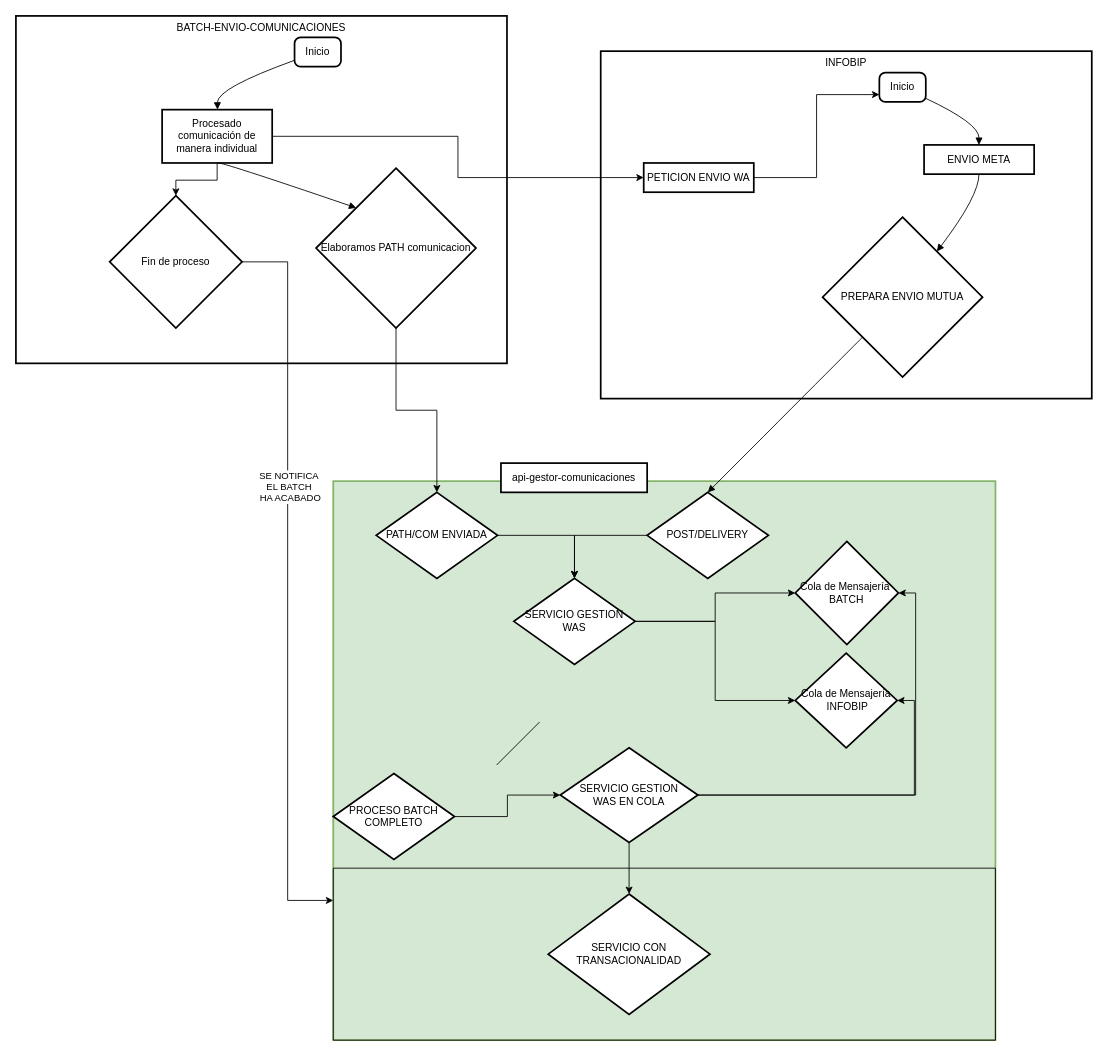
This is lockdelivery.drawio from gcorroto/docs, a draw.io file, before an edit. Source tidied: cells renumbered, new cells numbered last; positions are measured from the earlier drawing's top-left corner, leaving out a move shared by most shapes. Both pictures are drawn from the tidied source at 86%, with x=0, y=0 at pixel (15, 15).
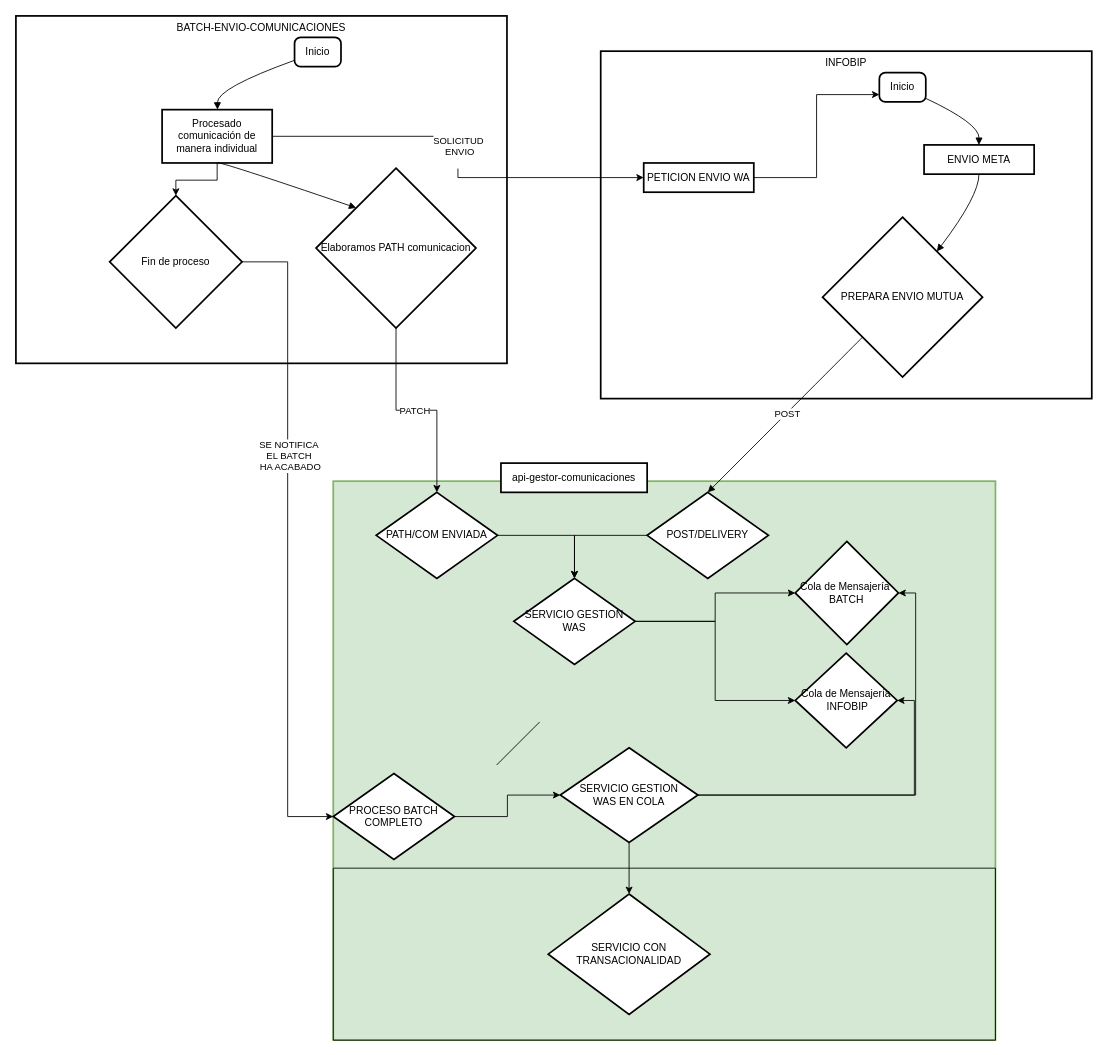
The same page after the edit.

Unchanged cells that the change refers to:
```xml
<mxCell id="2" style="whiteSpace=wrap;strokeWidth=2;verticalAlign=top;fillColor=#d5e8d4;strokeColor=#82b366;" parent="1" vertex="1">
  <mxGeometry x="369" y="541" width="770" height="650" as="geometry" />
</mxCell>
<mxCell id="14" style="curved=1;startArrow=none;endArrow=block;exitX=0;exitY=1;entryX=0.5;entryY=0;exitDx=0;exitDy=0;entryDx=0;entryDy=0;" parent="1" edge="1" source="11" target="5">
  <mxGeometry relative="1" as="geometry" />
</mxCell>
<mxCell id="18" style="edgeStyle=orthogonalEdgeStyle;rounded=0;jettySize=auto;html=1;" parent="1" edge="1" source="19" target="9">
  <mxGeometry relative="1" as="geometry" />
</mxCell>
<mxCell id="20" style="edgeStyle=orthogonalEdgeStyle;rounded=0;jettySize=auto;html=1;entryX=0.5;entryY=0;entryDx=0;entryDy=0;" parent="1" edge="1" source="21" target="32">
  <mxGeometry relative="1" as="geometry" />
</mxCell>
<mxCell id="24" value="Fin de proceso" style="rhombus;strokeWidth=2;whiteSpace=wrap;" parent="1" vertex="1">
  <mxGeometry x="109" y="209" width="154" height="154" as="geometry" />
</mxCell>
<mxCell id="35" value="PROCESO BATCH&#10;COMPLETO" style="rhombus;strokeWidth=2;whiteSpace=wrap;" parent="1" vertex="1">
  <mxGeometry x="369" y="881" width="141" height="100" as="geometry" />
</mxCell>
```

Change to the diagram source:
```diff
@@
+    <mxCell id="43" value="POST" style="edgeLabel;html=1;align=center;verticalAlign=middle;" parent="14" vertex="1">
+      <mxGeometry x="-0.02" y="1" relative="1" as="geometry" />
+    </mxCell>
@@
+    <mxCell id="44" value="SOLICITUD&amp;nbsp;&lt;div&gt;ENVIO&lt;/div&gt;&lt;div&gt;&lt;br&gt;&lt;/div&gt;" style="edgeLabel;html=1;align=center;verticalAlign=middle;" parent="18" vertex="1">
+      <mxGeometry x="-0.03" y="1" relative="1" as="geometry" />
+    </mxCell>
@@
+    <mxCell id="45" value="PATCH" style="edgeLabel;html=1;align=center;verticalAlign=middle;" parent="20" vertex="1">
+      <mxGeometry x="-0.02" relative="1" as="geometry" />
+    </mxCell>
@@
-    <mxCell id="22" style="edgeStyle=orthogonalEdgeStyle;rounded=0;jettySize=auto;html=1;entryX=0;entryY=0.75;entryDx=0;entryDy=0;" parent="1" edge="1" source="24" target="2">
+    <mxCell id="22" style="edgeStyle=orthogonalEdgeStyle;rounded=0;jettySize=auto;html=1;entryX=0;entryY=0.5;entryDx=0;entryDy=0;" parent="1" edge="1" source="24" target="35">
       <mxGeometry relative="1" as="geometry" />
     </mxCell>
```
